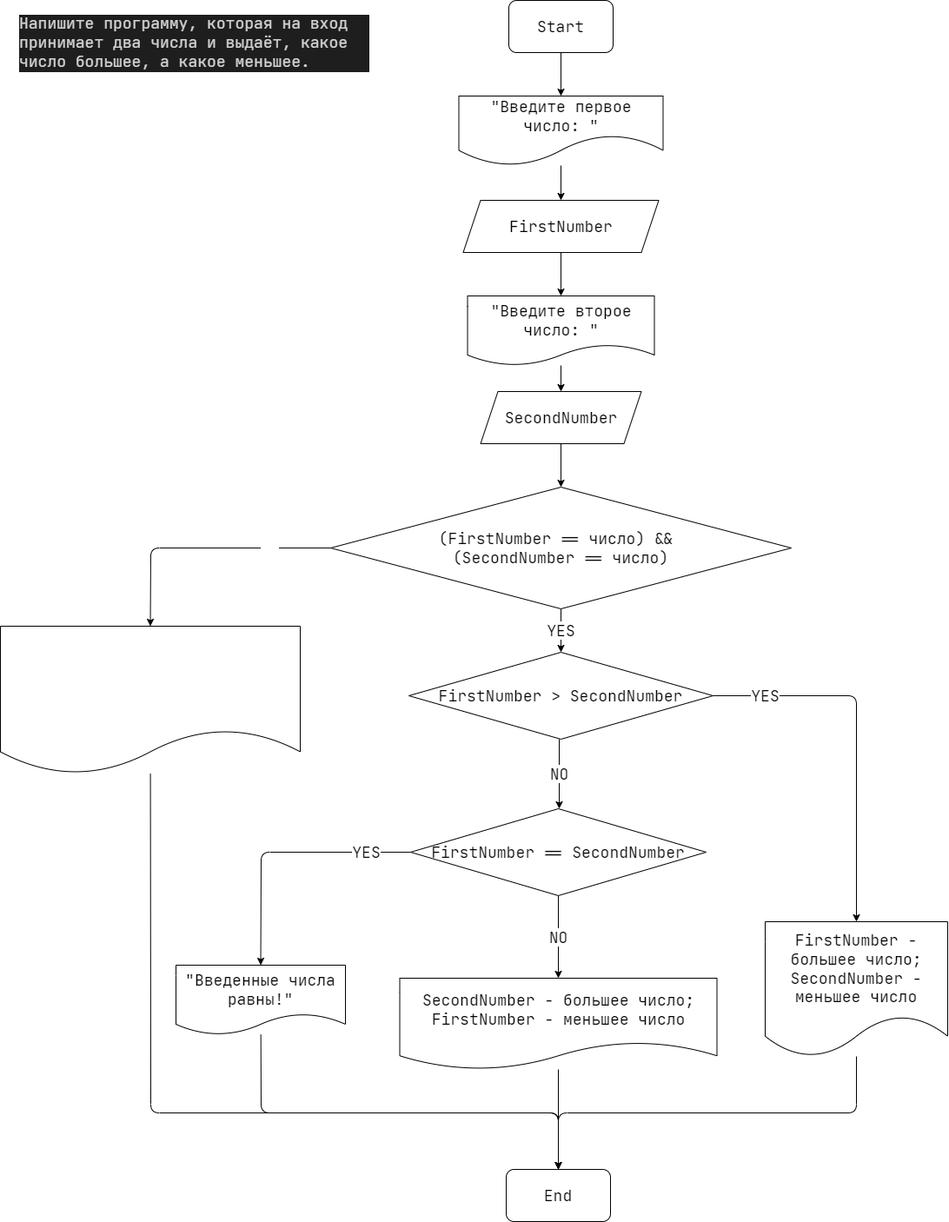
The draw.io diagram Csharp_seminar1/Homework/Task2_BiggerLesserNumber/Task2.drawio.png in Trofpa/ProgsCsharp, before a commit. Source tidied: cells renumbered, new cells last; positions are measured from the earlier drawing's top-left corner, leaving out a move shared by most shapes.
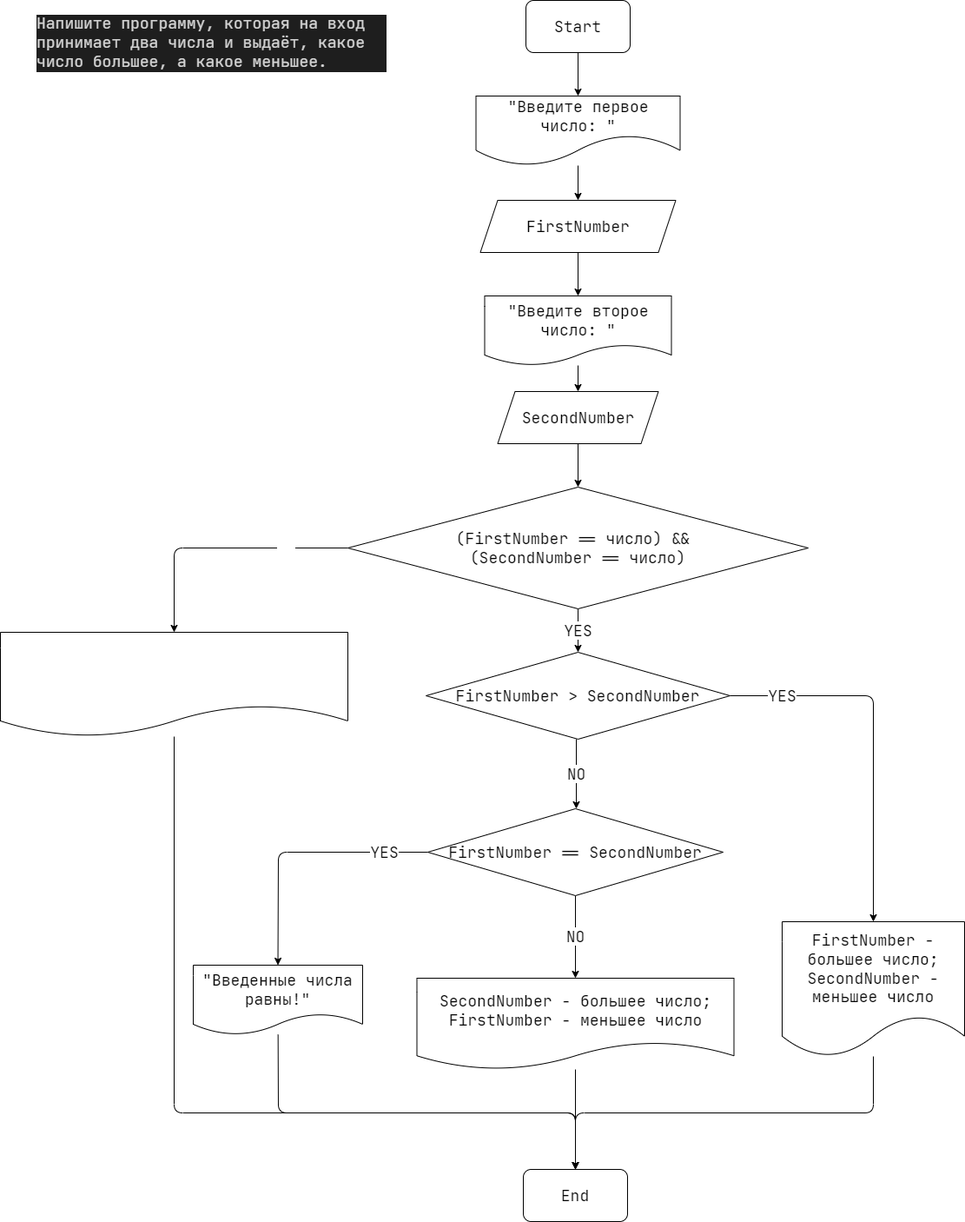
After the change.

Commit message:
Block diagram for Task2 updated

The edit, as a diff of the source:
```diff
@@ -102,23 +102,23 @@
     <mxCell id="27" value="NO" style="edgeStyle=none;html=1;exitX=0;exitY=0.5;exitDx=0;exitDy=0;entryX=0.5;entryY=0;entryDx=0;entryDy=0;fontFamily=JetBrains Mono;fontSize=18;fontColor=#FFFFFF;" parent="1" edge="1" source="28" target="30">
       <mxGeometry x="-0.53" relative="1" as="geometry">
         <Array as="points">
-          <mxPoint x="173" y="630" />
+          <mxPoint x="180" y="630" />
         </Array>
       </mxGeometry>
     </mxCell>
-    <mxCell id="28" value="&lt;font face=&quot;JetBrains Mono&quot; style=&quot;font-size: 18px&quot;&gt;(FirstNumber == число) &amp;amp;&amp;amp; &lt;br&gt;(Second&lt;/font&gt;&lt;span style=&quot;font-family: &amp;#34;jetbrains mono&amp;#34; ; font-size: 18px&quot;&gt;Number == число&lt;/span&gt;&lt;font face=&quot;JetBrains Mono&quot; style=&quot;font-size: 18px&quot;&gt;)&lt;/font&gt;" style="rhombus;whiteSpace=wrap;html=1;" parent="1" vertex="1">
+    <mxCell id="28" value="&lt;font face=&quot;JetBrains Mono&quot;&gt;&lt;font style=&quot;font-size: 18px&quot;&gt;(FirstNumber == число) &amp;amp;&amp;amp; &lt;br&gt;(Second&lt;/font&gt;&lt;span style=&quot;font-size: 18px&quot;&gt;Number == число&lt;/span&gt;&lt;font style=&quot;font-size: 18px&quot;&gt;)&lt;/font&gt;&lt;/font&gt;" style="rhombus;whiteSpace=wrap;html=1;" parent="1" vertex="1">
       <mxGeometry x="380" y="560" width="530" height="140" as="geometry" />
     </mxCell>
     <mxCell id="29" style="edgeStyle=none;html=1;fontFamily=JetBrains Mono;fontSize=18;fontColor=#FFFFFF;entryX=0.5;entryY=0;entryDx=0;entryDy=0;" parent="1" edge="1" source="30" target="12">
       <mxGeometry relative="1" as="geometry">
         <Array as="points">
-          <mxPoint x="173" y="1280" />
+          <mxPoint x="180" y="1280" />
           <mxPoint x="642" y="1280" />
         </Array>
       </mxGeometry>
     </mxCell>
     <mxCell id="30" value="&lt;p style=&quot;line-height: 19px&quot;&gt;&lt;font style=&quot;font-size: 18px&quot; color=&quot;#ffffff&quot;&gt;&quot;Одно или оба введенных символа не являлись числом!&quot;&lt;/font&gt;&lt;/p&gt;" style="shape=document;whiteSpace=wrap;html=1;boundedLbl=1;fontFamily=JetBrains Mono;fontSize=14;" parent="1" vertex="1">
-      <mxGeometry y="720" width="345" height="170" as="geometry" />
+      <mxGeometry x="-20" y="727" width="400" height="120" as="geometry" />
     </mxCell>
   </root>
 </mxGraphModel>
```
